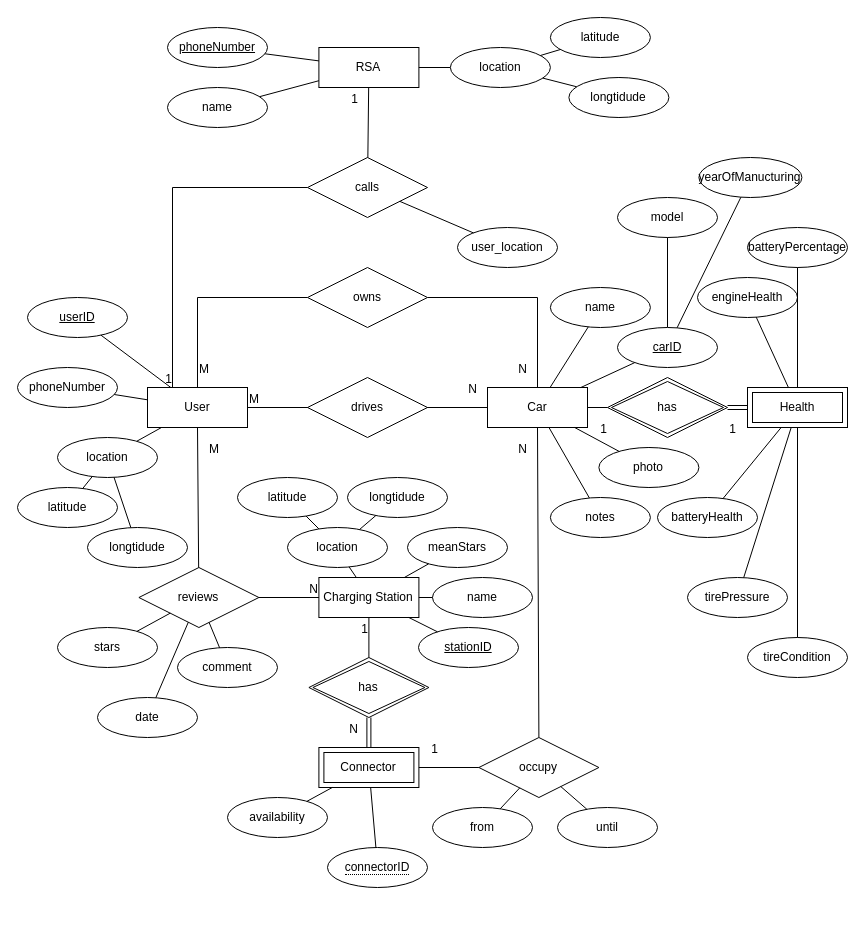
Before: EVPoint ERdiagram.drawio in johnkouk469/DatabasesCourse2021, a draw.io diagram. Source tidied: cells renumbered, new cells numbered last; positions are measured from the earlier drawing's top-left corner, leaving out a move shared by most shapes. Both pictures are drawn from the tidied source at 100%, with x=0, y=0 at pixel (17, 17).
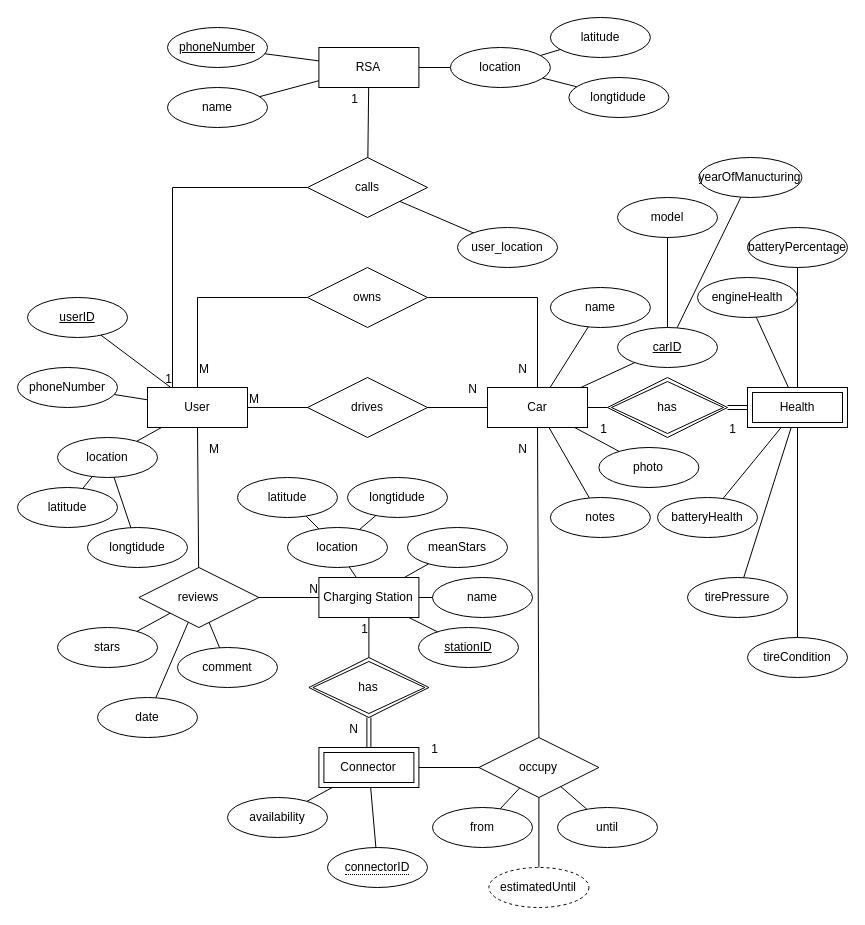
The same diagram, later.

Unchanged cells that the change refers to:
```xml
<mxCell id="21" value="occupy" style="shape=rhombus;perimeter=rhombusPerimeter;whiteSpace=wrap;html=1;align=center;" parent="1" vertex="1">
  <mxGeometry x="461.4" y="720" width="120" height="60" as="geometry" />
</mxCell>
```

What changed in the source:
```diff
@@
+    <mxCell id="112" value="estimatedUntil" style="ellipse;whiteSpace=wrap;html=1;align=center;dashed=1;" parent="1" vertex="1">
+      <mxGeometry x="471.4" y="850" width="100" height="40" as="geometry" />
+    </mxCell>
+    <mxCell id="113" style="endArrow=none;html=1;rounded=0;" parent="1" edge="1" source="21" target="112">
+      <mxGeometry relative="1" as="geometry" />
+    </mxCell>
```
